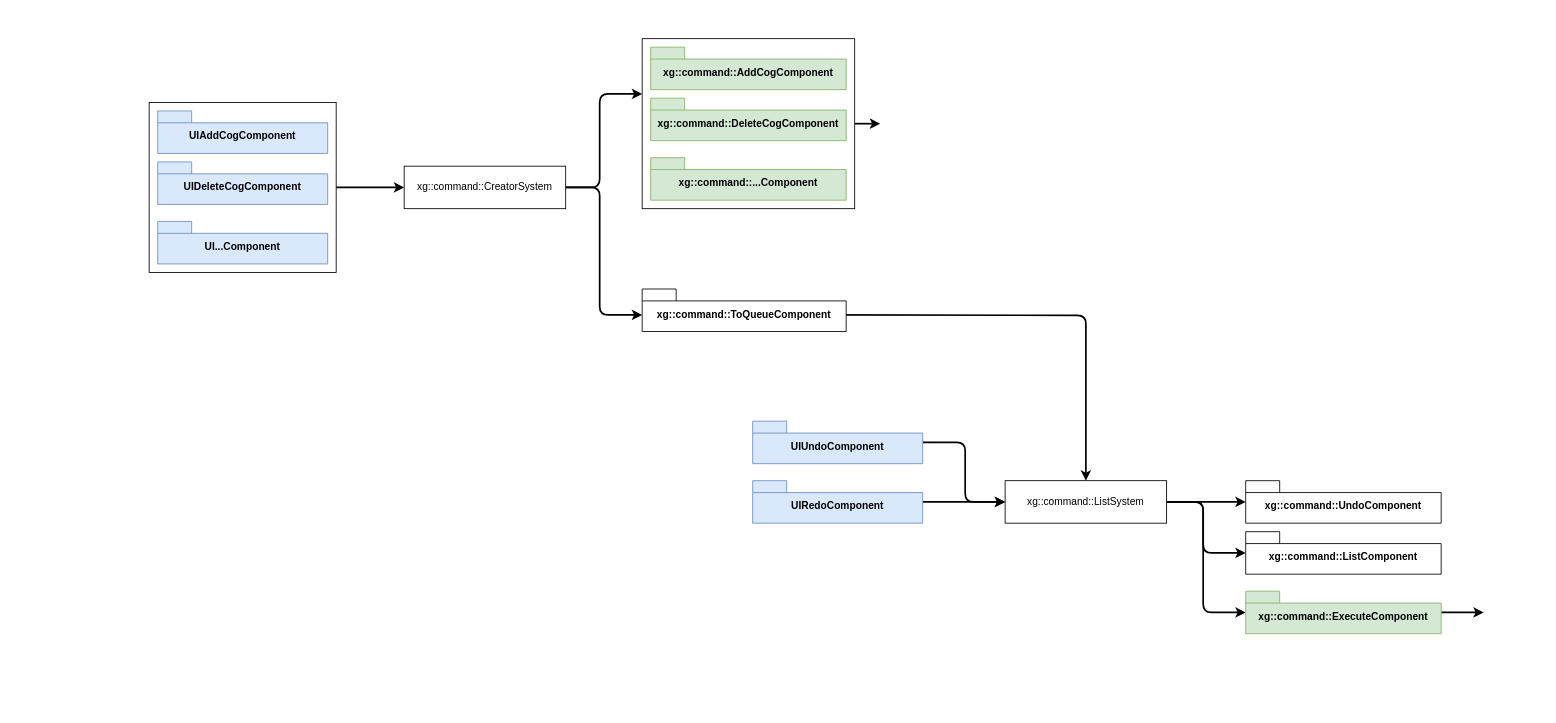
Above: design/command-undo.drawio in djfooks-kl/breadboard (draw.io), before the change. Source tidied: cells renumbered, new cells numbered last; positions are measured from the earlier drawing's top-left corner, leaving out a move shared by most shapes. Both pictures are drawn from the tidied source at 85%, with x=0, y=0 at pixel (149, 38).
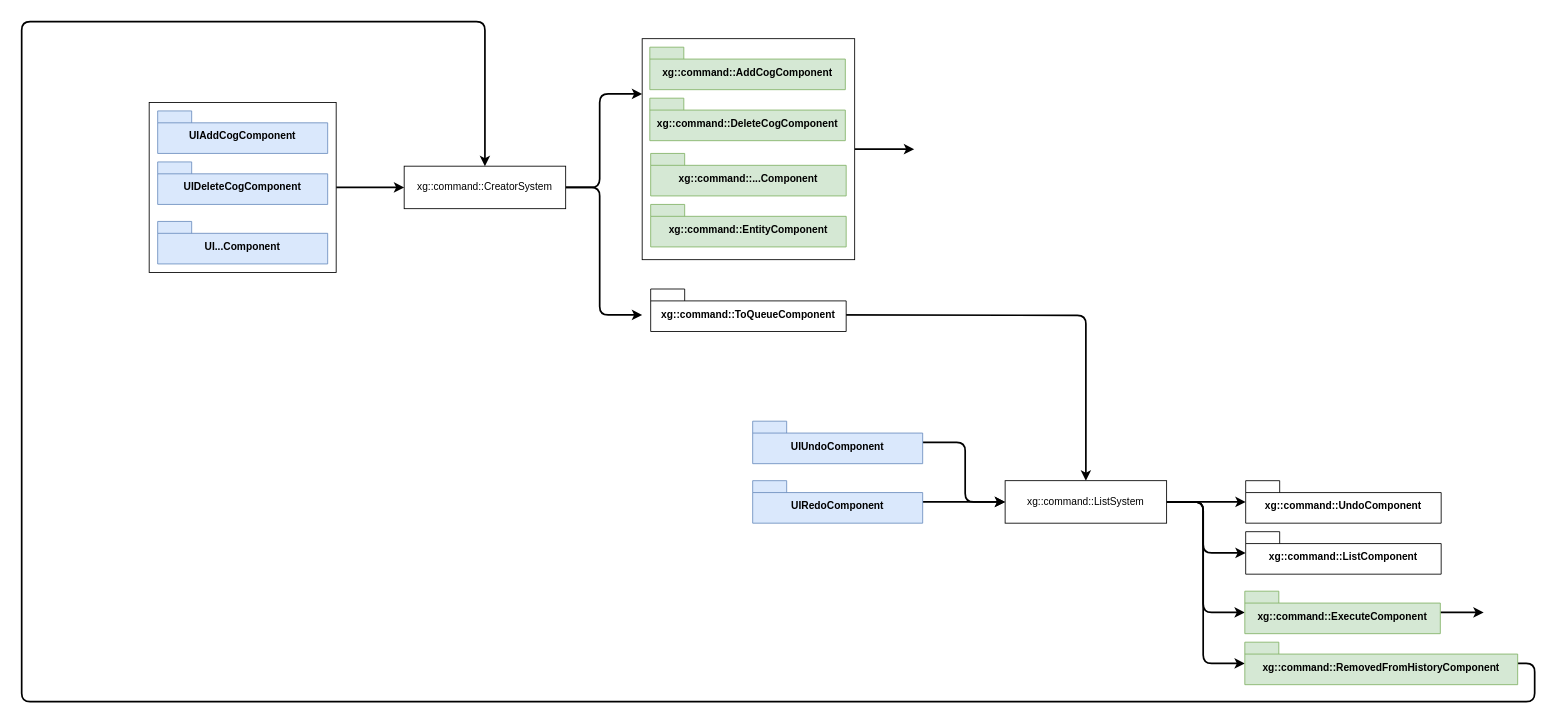
Above is the later version.

The change refers to these unchanged cells:
```xml
<mxCell id="10" value="xg::command::CreatorSystem" style="html=1;whiteSpace=wrap;" parent="1" vertex="1">
  <mxGeometry x="300" y="150" width="190" height="50" as="geometry" />
</mxCell>
<mxCell id="18" value="xg::command::ListSystem" style="html=1;whiteSpace=wrap;" parent="1" vertex="1">
  <mxGeometry x="1007" y="520" width="190" height="50" as="geometry" />
</mxCell>
```

Diff of the diagram source:
```diff
@@
     <mxCell id="4" style="edgeStyle=orthogonalEdgeStyle;shape=connector;curved=0;rounded=1;jettySize=auto;html=1;strokeColor=default;strokeWidth=2;align=center;verticalAlign=middle;fontFamily=Helvetica;fontSize=11;fontColor=default;labelBackgroundColor=default;endArrow=classic;" parent="1" edge="1" source="5">
       <mxGeometry relative="1" as="geometry">
-        <mxPoint x="860" y="100" as="targetPoint" />
+        <mxPoint x="900" y="130" as="targetPoint" />
       </mxGeometry>
     </mxCell>
     <mxCell id="5" style="rounded=0;whiteSpace=wrap;html=1;fontFamily=Helvetica;fontSize=11;fontColor=default;labelBackgroundColor=default;" parent="1" vertex="1">
-      <mxGeometry x="580" width="250" height="200" as="geometry" />
+      <mxGeometry x="580" width="250" height="260" as="geometry" />
     </mxCell>
@@
     <mxCell id="7" value="xg::command::AddCogComponent" style="shape=folder;fontStyle=1;spacingTop=10;tabWidth=40;tabHeight=14;tabPosition=left;html=1;whiteSpace=wrap;fillColor=#d5e8d4;strokeColor=#82b366;" parent="1" vertex="1">
-      <mxGeometry x="590" y="10" width="230" height="50" as="geometry" />
+      <mxGeometry x="589" y="10" width="230" height="50" as="geometry" />
     </mxCell>
@@
     <mxCell id="12" value="xg::command::DeleteCogComponent" style="shape=folder;fontStyle=1;spacingTop=10;tabWidth=40;tabHeight=14;tabPosition=left;html=1;whiteSpace=wrap;fillColor=#d5e8d4;strokeColor=#82b366;" parent="1" vertex="1">
-      <mxGeometry x="590" y="70" width="230" height="50" as="geometry" />
+      <mxGeometry x="589" y="70" width="230" height="50" as="geometry" />
     </mxCell>
@@
     <mxCell id="14" value="xg::command::ToQueueComponent" style="shape=folder;fontStyle=1;spacingTop=10;tabWidth=40;tabHeight=14;tabPosition=left;html=1;whiteSpace=wrap;" parent="1" vertex="1">
-      <mxGeometry x="580" y="294.5" width="240" height="50" as="geometry" />
+      <mxGeometry x="590" y="294.5" width="230" height="50" as="geometry" />
     </mxCell>
@@
+    <mxCell id="29" style="edgeStyle=orthogonalEdgeStyle;shape=connector;curved=0;rounded=1;jettySize=auto;html=1;strokeColor=default;strokeWidth=2;align=center;verticalAlign=middle;fontFamily=Helvetica;fontSize=11;fontColor=default;labelBackgroundColor=default;endArrow=classic;" parent="1" edge="1" source="18" target="31">
+      <mxGeometry relative="1" as="geometry">
+        <Array as="points">
+          <mxPoint x="1240" y="545" />
+          <mxPoint x="1240" y="735" />
+        </Array>
+      </mxGeometry>
+    </mxCell>
@@
     <mxCell id="24" value="xg::command::ExecuteComponent" style="shape=folder;fontStyle=1;spacingTop=10;tabWidth=40;tabHeight=14;tabPosition=left;html=1;whiteSpace=wrap;fillColor=#d5e8d4;strokeColor=#82b366;" parent="1" vertex="1">
-      <mxGeometry x="1290" y="650" width="230" height="50" as="geometry" />
+      <mxGeometry x="1289" y="650" width="230" height="50" as="geometry" />
     </mxCell>
@@
     <mxCell id="27" value="xg::command::...Component" style="shape=folder;fontStyle=1;spacingTop=10;tabWidth=40;tabHeight=14;tabPosition=left;html=1;whiteSpace=wrap;fillColor=#d5e8d4;strokeColor=#82b366;" parent="1" vertex="1">
-      <mxGeometry x="590" y="140" width="230" height="50" as="geometry" />
+      <mxGeometry x="590" y="135" width="230" height="50" as="geometry" />
     </mxCell>
@@
+    <mxCell id="30" style="edgeStyle=orthogonalEdgeStyle;shape=connector;curved=0;rounded=1;jettySize=auto;html=1;strokeColor=default;strokeWidth=2;align=center;verticalAlign=middle;fontFamily=Helvetica;fontSize=11;fontColor=default;labelBackgroundColor=default;endArrow=classic;" parent="1" edge="1" source="31" target="10">
+      <mxGeometry relative="1" as="geometry">
+        <Array as="points">
+          <mxPoint x="1630" y="735" />
+          <mxPoint x="1630" y="780" />
+          <mxPoint x="-150" y="780" />
+          <mxPoint x="-150" y="-20" />
+          <mxPoint x="395" y="-20" />
+        </Array>
+      </mxGeometry>
+    </mxCell>
+    <mxCell id="31" value="xg::command::RemovedFromHistoryComponent" style="shape=folder;fontStyle=1;spacingTop=10;tabWidth=40;tabHeight=14;tabPosition=left;html=1;whiteSpace=wrap;fillColor=#d5e8d4;strokeColor=#82b366;" parent="1" vertex="1">
+      <mxGeometry x="1289" y="710" width="321" height="50" as="geometry" />
+    </mxCell>
+    <mxCell id="32" value="xg::command::EntityComponent" style="shape=folder;fontStyle=1;spacingTop=10;tabWidth=40;tabHeight=14;tabPosition=left;html=1;whiteSpace=wrap;fillColor=#d5e8d4;strokeColor=#82b366;" parent="1" vertex="1">
+      <mxGeometry x="590" y="195" width="230" height="50" as="geometry" />
+    </mxCell>
```
